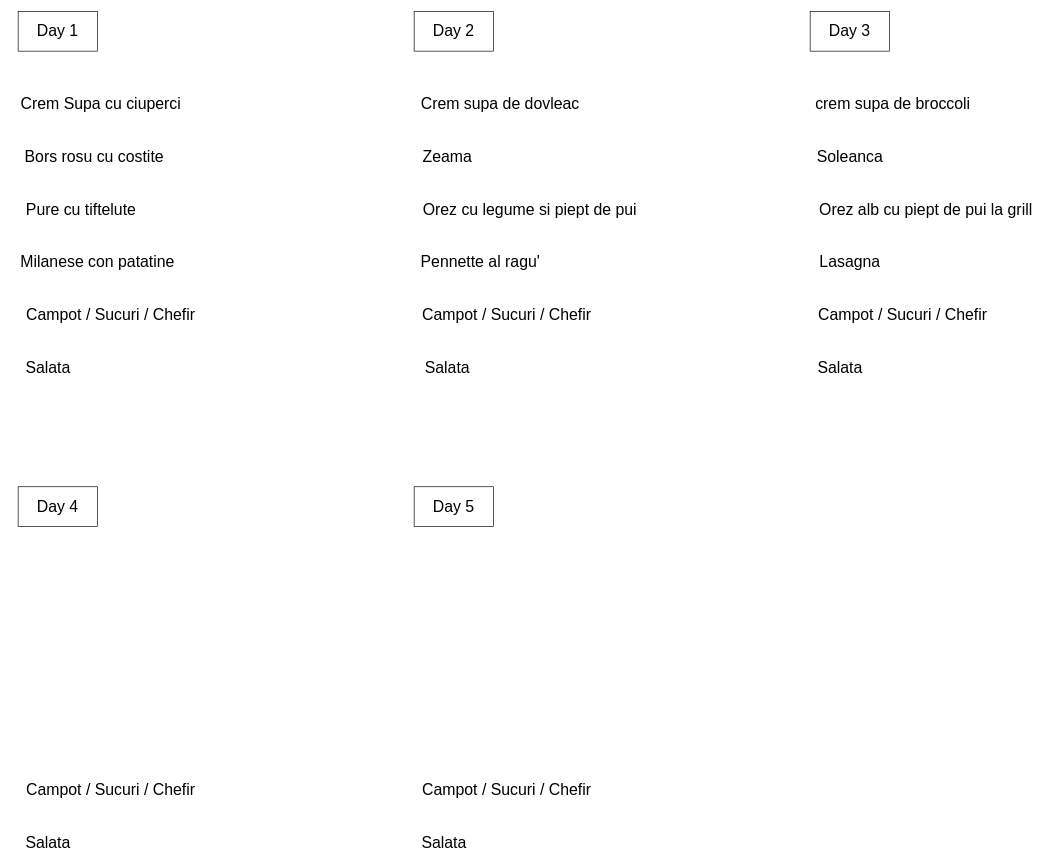
DanielCapcelea/REMONT keeps this draw.io diagram as Диаграмма без названия.drawio. Above is the earlier version. Source tidied: cells renumbered, new cells numbered last; positions are measured from the earlier drawing's top-left corner, leaving out a move shared by most shapes. Both pictures are drawn from the tidied source at 66%, with x=0, y=0 at pixel (11, 11).
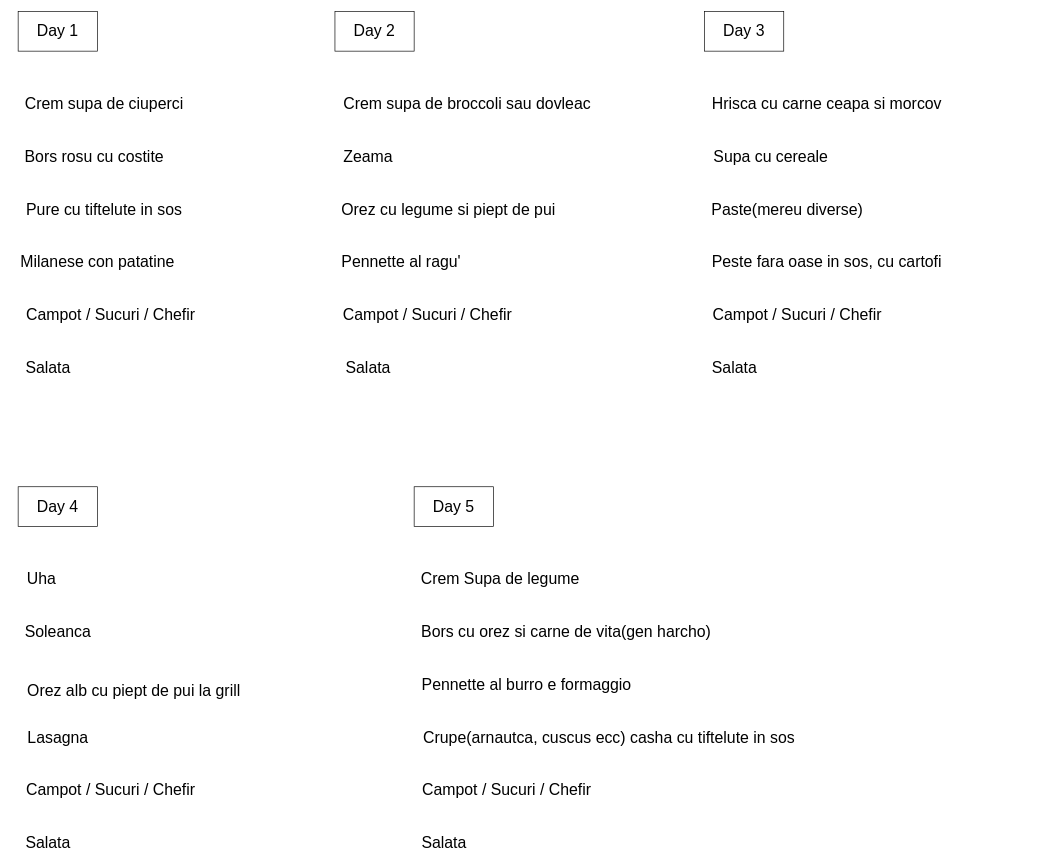
The same diagram, later.

What changed in the source:
```diff
@@
     <mxCell id="3" value="Day 2" style="whiteSpace=wrap;html=1;fontSize=24;" parent="1" vertex="1">
-      <mxGeometry x="610" width="120" height="60" as="geometry" />
+      <mxGeometry x="490" width="120" height="60" as="geometry" />
     </mxCell>
     <mxCell id="4" value="Day 3" style="whiteSpace=wrap;html=1;fontSize=24;" parent="1" vertex="1">
-      <mxGeometry x="1210" width="120" height="60" as="geometry" />
+      <mxGeometry x="1050" width="120" height="60" as="geometry" />
     </mxCell>
@@
-    <mxCell id="7" value="Crem Supa cu ciuperci" style="text;html=1;align=center;verticalAlign=middle;strokeColor=none;fillColor=none;fontSize=24;" parent="1" vertex="1">
-      <mxGeometry y="120" width="270" height="40" as="geometry" />
+    <mxCell id="7" value="Crem Supa de legume" style="text;html=1;align=center;verticalAlign=middle;strokeColor=none;fillColor=none;fontSize=24;" parent="1" vertex="1">
+      <mxGeometry x="610" y="840" width="260" height="40" as="geometry" />
     </mxCell>
@@
-    <mxCell id="9" value="Pure cu tiftelute&lt;br&gt;" style="text;html=1;align=center;verticalAlign=middle;strokeColor=none;fillColor=none;fontSize=24;" parent="1" vertex="1">
-      <mxGeometry x="10" y="280" width="190" height="40" as="geometry" />
+    <mxCell id="9" value="Pure cu tiftelute in sos" style="text;html=1;align=center;verticalAlign=middle;strokeColor=none;fillColor=none;fontSize=24;" parent="1" vertex="1">
+      <mxGeometry x="10" y="280" width="260" height="40" as="geometry" />
     </mxCell>
     <mxCell id="10" value="Lasagna" style="text;html=1;align=center;verticalAlign=middle;strokeColor=none;fillColor=none;fontSize=24;" parent="1" vertex="1">
-      <mxGeometry x="1210" y="360" width="120" height="40" as="geometry" />
+      <mxGeometry x="10" y="1080" width="120" height="40" as="geometry" />
     </mxCell>
@@
-    <mxCell id="12" value="Crem supa de dovleac" style="text;html=1;align=center;verticalAlign=middle;strokeColor=none;fillColor=none;fontSize=24;" parent="1" vertex="1">
-      <mxGeometry x="610" y="120" width="260" height="40" as="geometry" />
+    <mxCell id="12" value="Crem supa de ciuperci" style="text;html=1;align=center;verticalAlign=middle;strokeColor=none;fillColor=none;fontSize=24;" parent="1" vertex="1">
+      <mxGeometry x="10" y="120" width="260" height="40" as="geometry" />
     </mxCell>
     <mxCell id="13" value="Zeama" style="text;html=1;align=center;verticalAlign=middle;strokeColor=none;fillColor=none;fontSize=24;" parent="1" vertex="1">
-      <mxGeometry x="610" y="200" width="100" height="40" as="geometry" />
+      <mxGeometry x="490" y="200" width="100" height="40" as="geometry" />
     </mxCell>
-    <mxCell id="14" value="Orez cu legume si piept de pui" style="text;html=1;align=center;verticalAlign=middle;strokeColor=none;fillColor=none;fontSize=24;" parent="1" vertex="1">
-      <mxGeometry x="610" y="280" width="350" height="40" as="geometry" />
+    <mxCell id="14" value="Orez cu legume si piept de pui&amp;nbsp;" style="text;html=1;align=center;verticalAlign=middle;strokeColor=none;fillColor=none;fontSize=24;" parent="1" vertex="1">
+      <mxGeometry x="490" y="280" width="350" height="40" as="geometry" />
     </mxCell>
     <mxCell id="15" value="Pennette al ragu'" style="text;html=1;align=center;verticalAlign=middle;strokeColor=none;fillColor=none;fontSize=24;" parent="1" vertex="1">
-      <mxGeometry x="610" y="360" width="200" height="40" as="geometry" />
+      <mxGeometry x="490" y="360" width="200" height="40" as="geometry" />
     </mxCell>
@@
     <mxCell id="17" value="Campot / Sucuri / Chefir" style="text;html=1;align=center;verticalAlign=middle;strokeColor=none;fillColor=none;fontSize=24;" parent="1" vertex="1">
-      <mxGeometry x="610" y="440" width="280" height="40" as="geometry" />
+      <mxGeometry x="490" y="440" width="280" height="40" as="geometry" />
     </mxCell>
     <mxCell id="18" value="Campot / Sucuri / Chefir" style="text;html=1;align=center;verticalAlign=middle;strokeColor=none;fillColor=none;fontSize=24;" parent="1" vertex="1">
-      <mxGeometry x="1210" y="440" width="280" height="40" as="geometry" />
+      <mxGeometry x="1050" y="440" width="280" height="40" as="geometry" />
     </mxCell>
@@
     <mxCell id="20" value="Salata" style="text;html=1;align=center;verticalAlign=middle;strokeColor=none;fillColor=none;fontSize=24;" parent="1" vertex="1">
-      <mxGeometry x="615" y="520" width="90" height="40" as="geometry" />
+      <mxGeometry x="495" y="520" width="90" height="40" as="geometry" />
     </mxCell>
     <mxCell id="21" value="Salata" style="text;html=1;align=center;verticalAlign=middle;strokeColor=none;fillColor=none;fontSize=24;" parent="1" vertex="1">
-      <mxGeometry x="1210" y="520" width="90" height="40" as="geometry" />
+      <mxGeometry x="1050" y="520" width="90" height="40" as="geometry" />
     </mxCell>
-    <mxCell id="22" value="Orez alb cu piept de pui la grill" style="text;html=1;align=center;verticalAlign=middle;strokeColor=none;fillColor=none;fontSize=24;" parent="1" vertex="1">
-      <mxGeometry x="1210" y="280" width="350" height="40" as="geometry" />
-    </mxCell>
@@
-    <mxCell id="27" value="crem supa de broccoli" style="text;html=1;align=center;verticalAlign=middle;strokeColor=none;fillColor=none;fontSize=24;" parent="1" vertex="1">
-      <mxGeometry x="1205" y="120" width="260" height="40" as="geometry" />
+    <mxCell id="27" value="Crem supa de broccoli sau dovleac" style="text;html=1;align=center;verticalAlign=middle;strokeColor=none;fillColor=none;fontSize=24;" parent="1" vertex="1">
+      <mxGeometry x="490" y="120" width="400" height="40" as="geometry" />
     </mxCell>
     <mxCell id="28" value="Soleanca" style="text;html=1;align=center;verticalAlign=middle;strokeColor=none;fillColor=none;fontSize=24;" parent="1" vertex="1">
-      <mxGeometry x="1210" y="200" width="120" height="40" as="geometry" />
+      <mxGeometry x="10" y="920" width="120" height="40" as="geometry" />
     </mxCell>
+    <mxCell id="29" value="Hrisca cu carne ceapa si morcov" style="text;html=1;align=center;verticalAlign=middle;strokeColor=none;fillColor=none;fontSize=24;" parent="1" vertex="1">
+      <mxGeometry x="1050" y="120" width="370" height="40" as="geometry" />
+    </mxCell>
+    <mxCell id="30" value="Uha" style="text;html=1;align=center;verticalAlign=middle;strokeColor=none;fillColor=none;fontSize=24;" parent="1" vertex="1">
+      <mxGeometry x="10" y="840" width="70" height="40" as="geometry" />
+    </mxCell>
+    <mxCell id="31" value="Paste(mereu diverse)" style="text;html=1;align=center;verticalAlign=middle;strokeColor=none;fillColor=none;fontSize=24;" parent="1" vertex="1">
+      <mxGeometry x="1050" y="280" width="250" height="40" as="geometry" />
+    </mxCell>
+    <mxCell id="22" value="Orez alb cu piept de pui la grill" style="text;html=1;align=center;verticalAlign=middle;strokeColor=none;fillColor=none;fontSize=24;" parent="1" vertex="1">
+      <mxGeometry x="10" y="1010" width="350" height="40" as="geometry" />
+    </mxCell>
+    <mxCell id="32" value="Peste fara oase in sos, cu cartofi" style="text;html=1;align=center;verticalAlign=middle;strokeColor=none;fillColor=none;fontSize=24;" parent="1" vertex="1">
+      <mxGeometry x="1050" y="360" width="370" height="40" as="geometry" />
+    </mxCell>
+    <mxCell id="33" value="Bors cu orez si carne de vita(gen harcho)" style="text;html=1;align=center;verticalAlign=middle;strokeColor=none;fillColor=none;fontSize=24;" parent="1" vertex="1">
+      <mxGeometry x="610" y="920" width="460" height="40" as="geometry" />
+    </mxCell>
+    <mxCell id="34" value="Supa cu cereale" style="text;html=1;align=center;verticalAlign=middle;strokeColor=none;fillColor=none;fontSize=24;" parent="1" vertex="1">
+      <mxGeometry x="1050" y="200" width="200" height="40" as="geometry" />
+    </mxCell>
+    <mxCell id="35" value="Pennette al burro e formaggio" style="text;html=1;align=center;verticalAlign=middle;strokeColor=none;fillColor=none;fontSize=24;" parent="1" vertex="1">
+      <mxGeometry x="610" y="1000" width="340" height="40" as="geometry" />
+    </mxCell>
+    <mxCell id="36" value="Crupe(arnautca, cuscus ecc) casha cu tiftelute in sos" style="text;html=1;align=center;verticalAlign=middle;strokeColor=none;fillColor=none;fontSize=24;" parent="1" vertex="1">
+      <mxGeometry x="610" y="1080" width="590" height="40" as="geometry" />
+    </mxCell>
```
